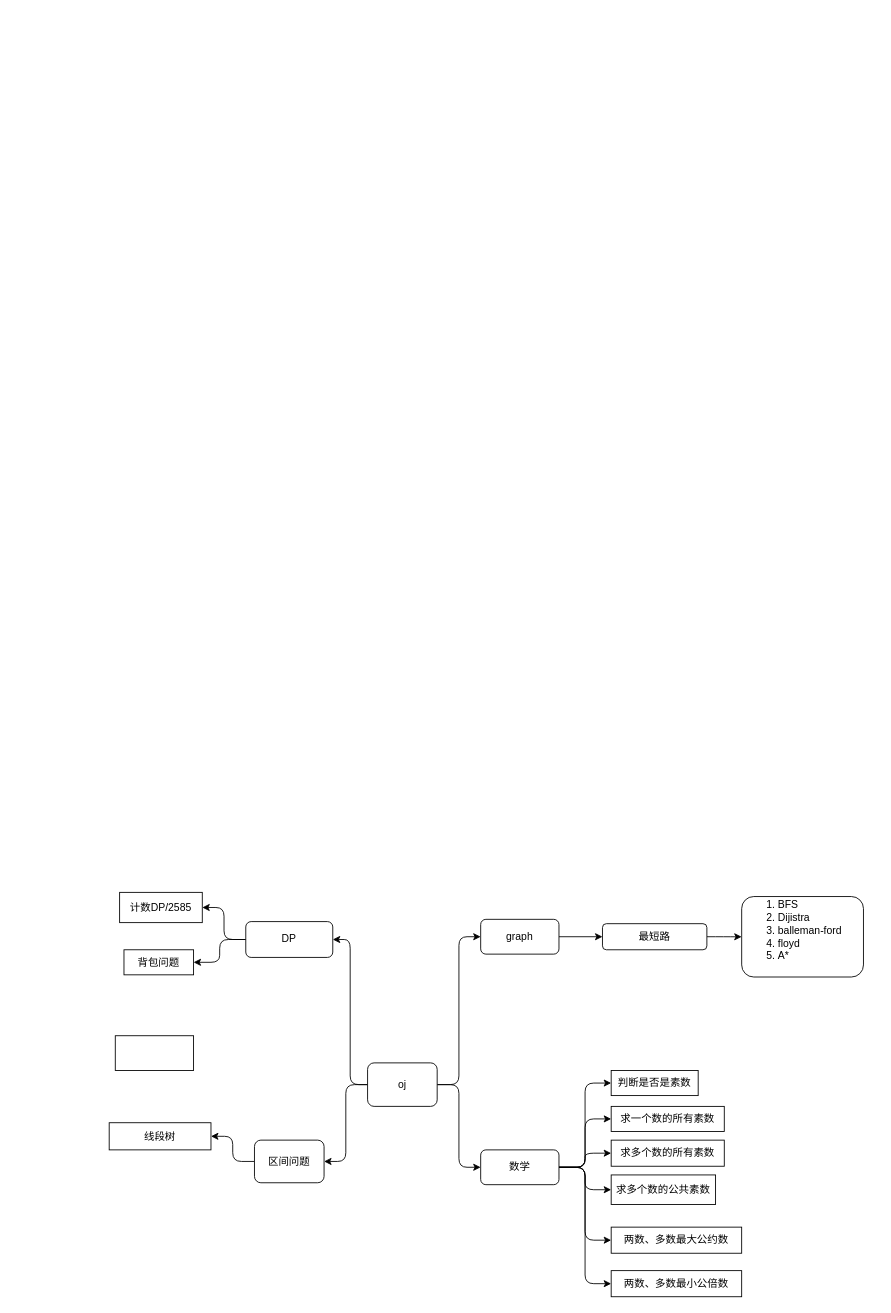
Above: diagrams/leetcode.drawio in wxquare/wxquare.github.io (draw.io), before the change. Source tidied: cells renumbered, new cells numbered last; positions are measured from the earlier drawing's top-left corner, leaving out a move shared by most shapes. Both pictures are drawn from the tidied source at 87%, with x=0, y=0 at pixel (109, 892).
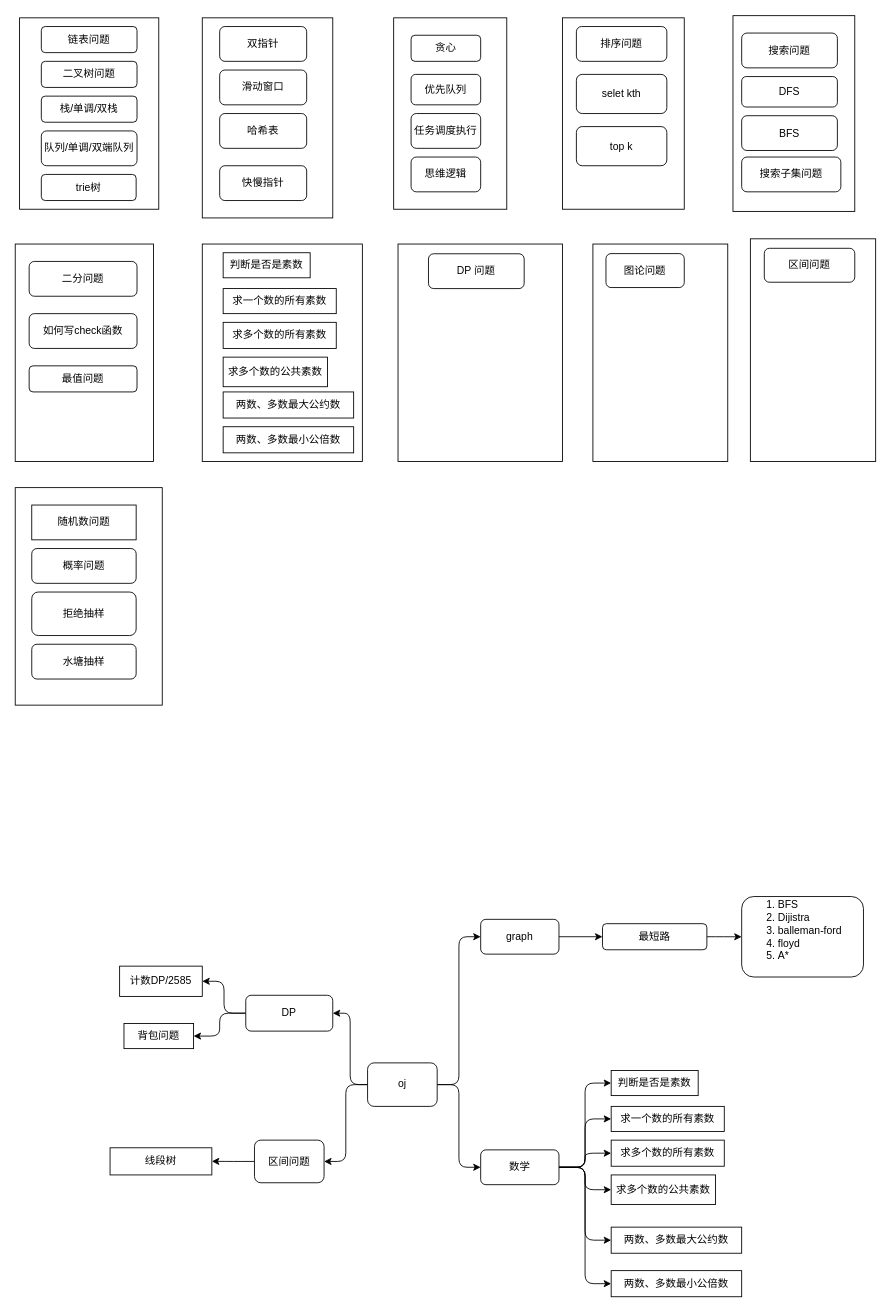
The same page after the edit.

Change to the diagram source:
```diff
@@
+    <mxCell id="34" style="rounded=0;whiteSpace=wrap;html=1;" parent="1" vertex="1">
+      <mxGeometry x="-108" y="-465" width="169" height="250" as="geometry" />
+    </mxCell>
+    <mxCell id="35" style="rounded=0;whiteSpace=wrap;html=1;" parent="1" vertex="1">
+      <mxGeometry x="737" y="-751" width="144" height="256" as="geometry" />
+    </mxCell>
+    <mxCell id="36" style="rounded=0;whiteSpace=wrap;html=1;" parent="1" vertex="1">
+      <mxGeometry x="556" y="-745" width="155" height="250" as="geometry" />
+    </mxCell>
+    <mxCell id="37" style="rounded=0;whiteSpace=wrap;html=1;" parent="1" vertex="1">
+      <mxGeometry x="332" y="-745" width="189" height="250" as="geometry" />
+    </mxCell>
+    <mxCell id="38" style="rounded=0;whiteSpace=wrap;html=1;" parent="1" vertex="1">
+      <mxGeometry x="107" y="-745" width="184" height="250" as="geometry" />
+    </mxCell>
+    <mxCell id="39" style="rounded=0;whiteSpace=wrap;html=1;" parent="1" vertex="1">
+      <mxGeometry x="-108" y="-745" width="159" height="250" as="geometry" />
+    </mxCell>
+    <mxCell id="40" style="rounded=0;whiteSpace=wrap;html=1;" parent="1" vertex="1">
+      <mxGeometry x="521" y="-1005" width="140" height="220" as="geometry" />
+    </mxCell>
+    <mxCell id="41" style="rounded=0;whiteSpace=wrap;html=1;" parent="1" vertex="1">
+      <mxGeometry x="717" y="-1007.5" width="140" height="225" as="geometry" />
+    </mxCell>
+    <mxCell id="42" style="rounded=0;whiteSpace=wrap;html=1;" parent="1" vertex="1">
+      <mxGeometry x="327" y="-1005" width="130" height="220" as="geometry" />
+    </mxCell>
+    <mxCell id="43" style="rounded=0;whiteSpace=wrap;html=1;" parent="1" vertex="1">
+      <mxGeometry x="107" y="-1005" width="150" height="230" as="geometry" />
+    </mxCell>
+    <mxCell id="44" style="rounded=0;whiteSpace=wrap;html=1;" parent="1" vertex="1">
+      <mxGeometry x="-103" y="-1005" width="160" height="220" as="geometry" />
+    </mxCell>
@@
     <mxCell id="27" value="DP" style="rounded=1;whiteSpace=wrap;html=1;" parent="1" vertex="1">
-      <mxGeometry x="157" y="33.8" width="100" height="41.2" as="geometry" />
+      <mxGeometry x="157" y="118.5" width="100" height="41.2" as="geometry" />
     </mxCell>
     <mxCell id="28" value="计数DP/2585" style="rounded=0;whiteSpace=wrap;html=1;" parent="1" vertex="1">
-      <mxGeometry x="12" y="0.2" width="95" height="34.8" as="geometry" />
+      <mxGeometry x="12" y="85" width="95" height="34.8" as="geometry" />
     </mxCell>
     <mxCell id="29" value="背包问题" style="rounded=0;whiteSpace=wrap;html=1;" parent="1" vertex="1">
-      <mxGeometry x="17" y="66.2" width="80" height="28.8" as="geometry" />
+      <mxGeometry x="17" y="151" width="80" height="28.8" as="geometry" />
     </mxCell>
@@
     <mxCell id="32" value="线段树" style="rounded=0;whiteSpace=wrap;html=1;" parent="1" vertex="1">
-      <mxGeometry y="265" width="117" height="31.2" as="geometry" />
+      <mxGeometry x="1" y="293.8" width="117" height="31.2" as="geometry" />
     </mxCell>
-    <mxCell id="33" style="rounded=0;whiteSpace=wrap;html=1;" parent="1" vertex="1">
-      <mxGeometry x="7" y="165" width="90" height="40" as="geometry" />
-    </mxCell>
+    <mxCell id="45" value="链表问题" style="rounded=1;whiteSpace=wrap;html=1;" parent="1" vertex="1">
+      <mxGeometry x="-78" y="-995" width="110" height="30" as="geometry" />
+    </mxCell>
+    <mxCell id="46" value="二叉树问题" style="rounded=1;whiteSpace=wrap;html=1;" parent="1" vertex="1">
+      <mxGeometry x="-78" y="-955" width="110" height="30" as="geometry" />
+    </mxCell>
+    <mxCell id="47" value="栈/单调/双栈" style="rounded=1;whiteSpace=wrap;html=1;" parent="1" vertex="1">
+      <mxGeometry x="-78" y="-915" width="110" height="30" as="geometry" />
+    </mxCell>
+    <mxCell id="48" value="队列/单调/双端队列" style="rounded=1;whiteSpace=wrap;html=1;" parent="1" vertex="1">
+      <mxGeometry x="-78" y="-875" width="110" height="40" as="geometry" />
+    </mxCell>
+    <mxCell id="49" value="双指针" style="rounded=1;whiteSpace=wrap;html=1;" parent="1" vertex="1">
+      <mxGeometry x="127" y="-995" width="100" height="40" as="geometry" />
+    </mxCell>
+    <mxCell id="50" value="滑动窗口" style="rounded=1;whiteSpace=wrap;html=1;" parent="1" vertex="1">
+      <mxGeometry x="127" y="-945" width="100" height="40" as="geometry" />
+    </mxCell>
+    <mxCell id="51" value="哈希表" style="rounded=1;whiteSpace=wrap;html=1;" parent="1" vertex="1">
+      <mxGeometry x="127" y="-895" width="100" height="40" as="geometry" />
+    </mxCell>
+    <mxCell id="52" value="快慢指针" style="rounded=1;whiteSpace=wrap;html=1;" parent="1" vertex="1">
+      <mxGeometry x="127" y="-835" width="100" height="40" as="geometry" />
+    </mxCell>
+    <mxCell id="53" value="贪心" style="rounded=1;whiteSpace=wrap;html=1;" parent="1" vertex="1">
+      <mxGeometry x="347" y="-985" width="80" height="30" as="geometry" />
+    </mxCell>
+    <mxCell id="54" value="优先队列" style="rounded=1;whiteSpace=wrap;html=1;" parent="1" vertex="1">
+      <mxGeometry x="347" y="-940" width="80" height="35" as="geometry" />
+    </mxCell>
+    <mxCell id="55" value="思维逻辑" style="rounded=1;whiteSpace=wrap;html=1;" parent="1" vertex="1">
+      <mxGeometry x="347" y="-845" width="80" height="40" as="geometry" />
+    </mxCell>
+    <mxCell id="56" value="任务调度执行" style="rounded=1;whiteSpace=wrap;html=1;" parent="1" vertex="1">
+      <mxGeometry x="347" y="-895" width="80" height="40" as="geometry" />
+    </mxCell>
+    <mxCell id="57" value="搜索问题" style="rounded=1;whiteSpace=wrap;html=1;" parent="1" vertex="1">
+      <mxGeometry x="727" y="-987.5" width="110" height="40" as="geometry" />
+    </mxCell>
+    <mxCell id="58" value="DFS" style="rounded=1;whiteSpace=wrap;html=1;" parent="1" vertex="1">
+      <mxGeometry x="727" y="-937.5" width="110" height="35" as="geometry" />
+    </mxCell>
+    <mxCell id="59" value="BFS" style="rounded=1;whiteSpace=wrap;html=1;" parent="1" vertex="1">
+      <mxGeometry x="727" y="-892.5" width="110" height="40" as="geometry" />
+    </mxCell>
+    <mxCell id="60" value="排序问题" style="rounded=1;whiteSpace=wrap;html=1;" parent="1" vertex="1">
+      <mxGeometry x="537" y="-995" width="104" height="40" as="geometry" />
+    </mxCell>
+    <mxCell id="61" value="selet kth&lt;br&gt;" style="rounded=1;whiteSpace=wrap;html=1;" parent="1" vertex="1">
+      <mxGeometry x="537" y="-940" width="104" height="45" as="geometry" />
+    </mxCell>
+    <mxCell id="62" value="top k" style="rounded=1;whiteSpace=wrap;html=1;" parent="1" vertex="1">
+      <mxGeometry x="537" y="-880" width="104" height="45" as="geometry" />
+    </mxCell>
+    <mxCell id="63" value="搜索子集问题" style="rounded=1;whiteSpace=wrap;html=1;" parent="1" vertex="1">
+      <mxGeometry x="727" y="-845" width="114" height="40" as="geometry" />
+    </mxCell>
+    <mxCell id="64" value="二分问题" style="rounded=1;whiteSpace=wrap;html=1;" parent="1" vertex="1">
+      <mxGeometry x="-92" y="-725" width="124" height="40" as="geometry" />
+    </mxCell>
+    <mxCell id="65" value="如何写check函数" style="rounded=1;whiteSpace=wrap;html=1;" parent="1" vertex="1">
+      <mxGeometry x="-92" y="-665" width="124" height="40" as="geometry" />
+    </mxCell>
+    <mxCell id="66" value="最值问题" style="rounded=1;whiteSpace=wrap;html=1;" parent="1" vertex="1">
+      <mxGeometry x="-92" y="-605" width="124" height="30" as="geometry" />
+    </mxCell>
+    <mxCell id="67" value="判断是否是素数" style="rounded=0;whiteSpace=wrap;html=1;" parent="1" vertex="1">
+      <mxGeometry x="131" y="-735" width="100" height="28.8" as="geometry" />
+    </mxCell>
+    <mxCell id="68" value="两数、多数最大公约数" style="rounded=0;whiteSpace=wrap;html=1;" parent="1" vertex="1">
+      <mxGeometry x="131" y="-575" width="150" height="30" as="geometry" />
+    </mxCell>
+    <mxCell id="69" value="两数、多数最小公倍数" style="rounded=0;whiteSpace=wrap;html=1;" parent="1" vertex="1">
+      <mxGeometry x="131" y="-535" width="150" height="30" as="geometry" />
+    </mxCell>
+    <mxCell id="70" value="求一个数的所有素数" style="rounded=0;whiteSpace=wrap;html=1;" parent="1" vertex="1">
+      <mxGeometry x="131" y="-693.8" width="130" height="28.8" as="geometry" />
+    </mxCell>
+    <mxCell id="71" value="求多个数的所有素数" style="rounded=0;whiteSpace=wrap;html=1;" parent="1" vertex="1">
+      <mxGeometry x="131" y="-655" width="130" height="30" as="geometry" />
+    </mxCell>
+    <mxCell id="72" value="求多个数的公共素数" style="rounded=0;whiteSpace=wrap;html=1;" parent="1" vertex="1">
+      <mxGeometry x="131" y="-615" width="120" height="34" as="geometry" />
+    </mxCell>
+    <mxCell id="73" value="trie树" style="rounded=1;whiteSpace=wrap;html=1;" parent="1" vertex="1">
+      <mxGeometry x="-78" y="-825" width="109" height="30" as="geometry" />
+    </mxCell>
+    <mxCell id="74" value="DP 问题" style="rounded=1;whiteSpace=wrap;html=1;" parent="1" vertex="1">
+      <mxGeometry x="367" y="-733.8" width="110" height="40" as="geometry" />
+    </mxCell>
+    <mxCell id="75" value="图论问题" style="rounded=1;whiteSpace=wrap;html=1;" parent="1" vertex="1">
+      <mxGeometry x="571" y="-734" width="90" height="39" as="geometry" />
+    </mxCell>
+    <mxCell id="76" value="区间问题" style="rounded=1;whiteSpace=wrap;html=1;" parent="1" vertex="1">
+      <mxGeometry x="753" y="-740.1" width="104" height="39" as="geometry" />
+    </mxCell>
+    <mxCell id="77" value="随机数问题" style="rounded=0;whiteSpace=wrap;html=1;" parent="1" vertex="1">
+      <mxGeometry x="-89" y="-445" width="120" height="40" as="geometry" />
+    </mxCell>
+    <mxCell id="78" value="概率问题" style="rounded=1;whiteSpace=wrap;html=1;" parent="1" vertex="1">
+      <mxGeometry x="-89" y="-395" width="120" height="40" as="geometry" />
+    </mxCell>
+    <mxCell id="79" value="拒绝抽样" style="rounded=1;whiteSpace=wrap;html=1;" parent="1" vertex="1">
+      <mxGeometry x="-89" y="-345" width="120" height="50" as="geometry" />
+    </mxCell>
+    <mxCell id="80" value="水塘抽样" style="rounded=1;whiteSpace=wrap;html=1;" parent="1" vertex="1">
+      <mxGeometry x="-89" y="-285" width="120" height="40" as="geometry" />
+    </mxCell>
```
